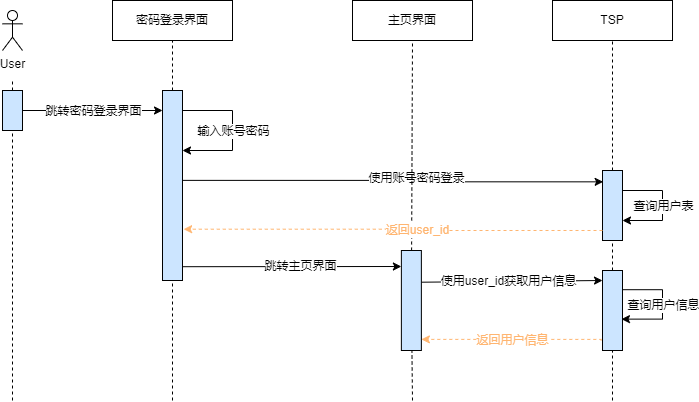
Before: x9hp/人脸登录时序图.png, a diagram exported from draw.io (notigit/Image). Source tidied: cells renumbered, new cells last; positions are measured from the earlier drawing's top-left corner, leaving out a move shared by most shapes.
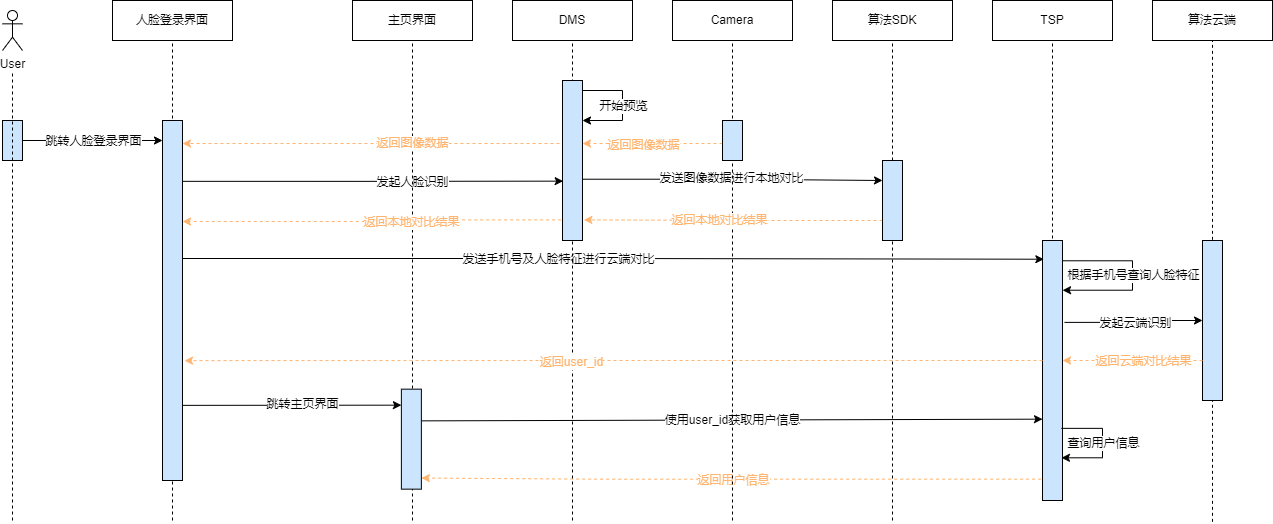
After the change.

Commit message:
更新人脸登录时序图.png

Change to the diagram source:
```diff
@@ -4,3 +4,3 @@
     <mxCell id="1" parent="0" />
-    <mxCell id="2" value="密码登录界面" style="rounded=0;whiteSpace=wrap;html=1;" parent="1" vertex="1">
+    <mxCell id="2" value="人脸登录界面" style="rounded=0;whiteSpace=wrap;html=1;" parent="1" vertex="1">
       <mxGeometry x="110" width="120" height="40" as="geometry" />
@@ -8,3 +8,3 @@
     <mxCell id="3" value="TSP" style="rounded=0;whiteSpace=wrap;html=1;" parent="1" vertex="1">
-      <mxGeometry x="550" width="120" height="40" as="geometry" />
+      <mxGeometry x="990" width="120" height="40" as="geometry" />
     </mxCell>
@@ -13,46 +13,54 @@
     </mxCell>
-    <mxCell id="5" style="endArrow=none;dashed=1;html=1;rounded=0;startArrow=none;" parent="1" edge="1" source="6">
-      <mxGeometry relative="1" as="geometry">
-        <mxPoint x="10" y="80" as="targetPoint" />
-      </mxGeometry>
-    </mxCell>
     <mxCell id="6" style="rounded=0;whiteSpace=wrap;html=1;fillColor=#CCE5FF;" parent="1" vertex="1">
-      <mxGeometry y="90" width="20" height="40" as="geometry" />
+      <mxGeometry y="120" width="20" height="40" as="geometry" />
     </mxCell>
-    <mxCell id="7" style="endArrow=none;dashed=1;html=1;rounded=0;" parent="1" edge="1" target="6">
+    <mxCell id="7" style="endArrow=none;dashed=1;html=1;rounded=0;" parent="1" edge="1">
       <mxGeometry relative="1" as="geometry">
-        <mxPoint x="10" y="400" as="sourcePoint" />
+        <mxPoint x="10" y="520" as="sourcePoint" />
+        <mxPoint x="10" y="70" as="targetPoint" />
       </mxGeometry>
     </mxCell>
-    <mxCell id="8" style="endArrow=none;dashed=1;html=1;rounded=0;startArrow=none;entryX=0.5;entryY=1;entryDx=0;entryDy=0;" parent="1" edge="1" source="11" target="2">
-      <mxGeometry relative="1" as="geometry" />
+    <mxCell id="8" style="endArrow=none;dashed=1;html=1;rounded=0;startArrow=none;entryX=0.5;entryY=1;entryDx=0;entryDy=0;" parent="1" edge="1" target="2">
+      <mxGeometry relative="1" as="geometry">
+        <mxPoint x="170" y="520" as="sourcePoint" />
+      </mxGeometry>
     </mxCell>
-    <mxCell id="9" style="edgeStyle=orthogonalEdgeStyle;rounded=0;jettySize=auto;html=1;exitX=1.01;exitY=0.473;exitDx=0;exitDy=0;fontSize=6;entryX=0.033;entryY=0.162;entryDx=0;entryDy=0;entryPerimeter=0;exitPerimeter=0;" parent="1" edge="1" source="11" target="14">
-      <mxGeometry relative="1" as="geometry" />
-    </mxCell>
-    <mxCell id="10" value="&lt;font style=&quot;font-size: 11px&quot;&gt;使用账号密码登录&lt;/font&gt;" style="edgeLabel;html=1;align=center;verticalAlign=middle;fontSize=6;" parent="9" vertex="1">
-      <mxGeometry x="-0.17" y="2" relative="1" as="geometry">
-        <mxPoint x="58" as="offset" />
-      </mxGeometry>
-    </mxCell>
+    <mxCell id="39" style="edgeStyle=orthogonalEdgeStyle;rounded=0;jettySize=auto;html=1;entryX=0.033;entryY=0.629;entryDx=0;entryDy=0;entryPerimeter=0;fontColor=#FFB570;strokeColor=#000000;exitX=1.033;exitY=0.169;exitDx=0;exitDy=0;exitPerimeter=0;" parent="1" edge="1" source="11" target="51">
+      <mxGeometry relative="1" as="geometry" />
+    </mxCell>
+    <mxCell id="40" value="发起人脸识别" style="edgeLabel;html=1;align=center;verticalAlign=middle;fontColor=#000000;" parent="39" vertex="1">
+      <mxGeometry x="-0.09" relative="1" as="geometry">
+        <mxPoint x="56" as="offset" />
+      </mxGeometry>
+    </mxCell>
+    <mxCell id="41" style="edgeStyle=orthogonalEdgeStyle;rounded=0;jettySize=auto;html=1;entryX=0.067;entryY=0.072;entryDx=0;entryDy=0;fontColor=#000000;strokeColor=#000000;entryPerimeter=0;" parent="1" edge="1" target="14">
+      <mxGeometry relative="1" as="geometry">
+        <mxPoint x="180" y="258" as="sourcePoint" />
+      </mxGeometry>
+    </mxCell>
+    <mxCell id="42" value="发送手机号及人脸特征进行云端对比" style="edgeLabel;html=1;align=center;verticalAlign=middle;fontColor=#000000;" parent="41" vertex="1">
+      <mxGeometry x="-0.13" relative="1" as="geometry" />
+    </mxCell>
     <mxCell id="11" style="rounded=0;whiteSpace=wrap;html=1;fillColor=#CCE5FF;" parent="1" vertex="1">
-      <mxGeometry x="160" y="90" width="20" height="190" as="geometry" />
+      <mxGeometry x="160" y="120" width="20" height="360" as="geometry" />
     </mxCell>
-    <mxCell id="12" style="endArrow=none;dashed=1;html=1;rounded=0;" parent="1" edge="1" target="11">
-      <mxGeometry relative="1" as="geometry">
-        <mxPoint x="170" y="400" as="sourcePoint" />
-      </mxGeometry>
-    </mxCell>
-    <mxCell id="13" style="endArrow=none;dashed=1;html=1;rounded=0;startArrow=none;entryX=0.5;entryY=1;entryDx=0;entryDy=0;" parent="1" edge="1" source="14" target="3">
-      <mxGeometry relative="1" as="geometry" />
+    <mxCell id="13" style="endArrow=none;dashed=1;html=1;rounded=0;startArrow=none;entryX=0.5;entryY=1;entryDx=0;entryDy=0;" parent="1" edge="1" target="3">
+      <mxGeometry relative="1" as="geometry">
+        <mxPoint x="1050" y="400" as="sourcePoint" />
+      </mxGeometry>
     </mxCell>
+    <mxCell id="43" style="edgeStyle=orthogonalEdgeStyle;rounded=0;jettySize=auto;html=1;exitX=1.1;exitY=0.315;exitDx=0;exitDy=0;entryX=0;entryY=0.5;entryDx=0;entryDy=0;fontColor=#000000;strokeColor=#000000;exitPerimeter=0;" parent="1" edge="1" source="14" target="69">
+      <mxGeometry relative="1" as="geometry" />
+    </mxCell>
+    <mxCell id="44" value="发起云端识别" style="edgeLabel;html=1;align=center;verticalAlign=middle;fontColor=#000000;" parent="43" vertex="1">
+      <mxGeometry x="-0.29" y="3" relative="1" as="geometry">
+        <mxPoint x="20" y="3" as="offset" />
+      </mxGeometry>
+    </mxCell>
     <mxCell id="14" style="rounded=0;whiteSpace=wrap;html=1;fillColor=#CCE5FF;" parent="1" vertex="1">
-      <mxGeometry x="600" y="170" width="20" height="70" as="geometry" />
+      <mxGeometry x="1040" y="240" width="20" height="260" as="geometry" />
     </mxCell>
-    <mxCell id="15" style="endArrow=none;dashed=1;html=1;rounded=0;startArrow=none;entryX=0.5;entryY=1;entryDx=0;entryDy=0;" parent="1" edge="1" source="35" target="14">
-      <mxGeometry relative="1" as="geometry" />
-    </mxCell>
     <mxCell id="16" style="endArrow=classic;html=1;rounded=0;exitX=1;exitY=0.5;exitDx=0;exitDy=0;" parent="1" edge="1" source="6">
       <mxGeometry relative="1" as="geometry">
-        <mxPoint x="160" y="110" as="targetPoint" />
+        <mxPoint x="160" y="140" as="targetPoint" />
       </mxGeometry>
@@ -64,3 +72,3 @@
     </mxCell>
-    <mxCell id="18" value="跳转密码登录界面" style="edgeLabel;html=1;align=center;verticalAlign=middle;fontSize=6;" parent="16" vertex="1">
+    <mxCell id="18" value="跳转人脸登录界面" style="edgeLabel;html=1;align=center;verticalAlign=middle;fontSize=6;" parent="16" vertex="1">
       <mxGeometry x="-0.15" relative="1" as="geometry">
@@ -69,32 +77,6 @@
     </mxCell>
-    <mxCell id="19" style="endArrow=classic;html=1;rounded=0;fontSize=6;edgeStyle=orthogonalEdgeStyle;" parent="1" edge="1">
-      <mxGeometry relative="1" as="geometry">
-        <mxPoint x="180" y="110" as="sourcePoint" />
-        <mxPoint x="180" y="150" as="targetPoint" />
-        <Array as="points">
-          <mxPoint x="230" y="110" />
-          <mxPoint x="230" y="150" />
-          <mxPoint x="180" y="150" />
-        </Array>
-      </mxGeometry>
-    </mxCell>
-    <mxCell id="20" value="输入账号密码" style="edgeLabel;html=1;align=center;verticalAlign=middle;fontSize=6;fillColor=#CCE5FF;" parent="19" vertex="1">
-      <mxGeometry relative="1" as="geometry" />
-    </mxCell>
-    <mxCell id="21" style="endArrow=classic;html=1;rounded=0;fontSize=11;edgeStyle=orthogonalEdgeStyle;" parent="1" edge="1">
-      <mxGeometry relative="1" as="geometry">
-        <mxPoint x="620" y="190" as="sourcePoint" />
-        <mxPoint x="620" y="220" as="targetPoint" />
-        <Array as="points">
-          <mxPoint x="660" y="190" />
-          <mxPoint x="660" y="220" />
-        </Array>
-      </mxGeometry>
-    </mxCell>
-    <mxCell id="22" value="查询用户表" style="edgeLabel;html=1;align=center;verticalAlign=middle;fontSize=11;fillColor=#CCE5FF;" parent="21" vertex="1">
-      <mxGeometry relative="1" as="geometry" />
-    </mxCell>
-    <mxCell id="23" style="endArrow=classic;html=1;rounded=0;fontSize=11;fontColor=#FFB570;strokeColor=#000000;fillColor=#FFF2CC;exitX=1;exitY=0.25;exitDx=0;exitDy=0;entryX=0;entryY=0.125;entryDx=0;entryDy=0;entryPerimeter=0;" parent="1" edge="1" target="35">
+    <mxCell id="23" style="endArrow=classic;html=1;rounded=0;fontSize=11;fontColor=#FFB570;strokeColor=#000000;fillColor=#FFF2CC;exitX=1;exitY=0.25;exitDx=0;exitDy=0;entryX=0;entryY=0.125;entryDx=0;entryDy=0;entryPerimeter=0;" parent="1" edge="1">
       <mxGeometry relative="1" as="geometry">
-        <mxPoint x="418.9" y="281.7" as="sourcePoint" />
+        <mxPoint x="418.9" y="420.4" as="sourcePoint" />
+        <mxPoint x="1040" y="418.7" as="targetPoint" />
       </mxGeometry>
@@ -102,5 +84,3 @@
     <mxCell id="24" value="使用user_id获取用户信息" style="edgeLabel;html=1;align=center;verticalAlign=middle;fontSize=11;fontColor=#000000;fillColor=#FFB570;" parent="23" vertex="1">
-      <mxGeometry relative="1" as="geometry">
-        <mxPoint x="-4" as="offset" />
-      </mxGeometry>
+      <mxGeometry relative="1" as="geometry" />
     </mxCell>
@@ -108,7 +88,7 @@
       <mxGeometry relative="1" as="geometry">
-        <mxPoint x="618.9" y="289.2" as="sourcePoint" />
-        <mxPoint x="619" y="318.6" as="targetPoint" />
+        <mxPoint x="1058.9" y="427.9" as="sourcePoint" />
+        <mxPoint x="1059" y="457.3" as="targetPoint" />
         <Array as="points">
-          <mxPoint x="660" y="289" />
-          <mxPoint x="660" y="319" />
+          <mxPoint x="1100" y="427.7" />
+          <mxPoint x="1100" y="457.7" />
         </Array>
@@ -119,7 +99,8 @@
     </mxCell>
-    <mxCell id="27" style="edgeStyle=orthogonalEdgeStyle;rounded=0;jettySize=auto;html=1;exitX=-0.067;exitY=0.875;exitDx=0;exitDy=0;fontSize=11;dashed=1;fillColor=#FFF2CC;strokeColor=#FFB570;exitPerimeter=0;" parent="1" edge="1" source="35">
+    <mxCell id="27" style="edgeStyle=orthogonalEdgeStyle;rounded=0;orthogonalLoop=1;jettySize=auto;html=1;exitX=-0.067;exitY=0.875;exitDx=0;exitDy=0;fontSize=11;dashed=1;fillColor=#FFF2CC;strokeColor=#FFB570;exitPerimeter=0;" parent="1" edge="1">
       <mxGeometry relative="1" as="geometry">
-        <mxPoint x="418.9" y="338.9" as="targetPoint" />
+        <mxPoint x="1038.7" y="478.7" as="sourcePoint" />
+        <mxPoint x="418.9" y="477.5" as="targetPoint" />
         <Array as="points">
-          <mxPoint x="599" y="339" />
+          <mxPoint x="599" y="477.7" />
         </Array>
@@ -129,3 +110,3 @@
       <mxGeometry x="-0.16" y="1" relative="1" as="geometry">
-        <mxPoint x="-14" as="offset" />
+        <mxPoint x="-48" as="offset" />
       </mxGeometry>
@@ -135,17 +116,14 @@
     </mxCell>
-    <mxCell id="30" style="endArrow=none;dashed=1;html=1;rounded=0;startArrow=none;entryX=0.5;entryY=1;entryDx=0;entryDy=0;" parent="1" edge="1" source="31" target="29">
-      <mxGeometry relative="1" as="geometry" />
+    <mxCell id="30" style="endArrow=none;dashed=1;html=1;rounded=0;startArrow=none;entryX=0.5;entryY=1;entryDx=0;entryDy=0;" parent="1" edge="1" target="29">
+      <mxGeometry relative="1" as="geometry">
+        <mxPoint x="410" y="520" as="sourcePoint" />
+      </mxGeometry>
     </mxCell>
     <mxCell id="31" style="rounded=0;whiteSpace=wrap;html=1;fillColor=#CCE5FF;" parent="1" vertex="1">
-      <mxGeometry x="398.9" y="250" width="20" height="100" as="geometry" />
+      <mxGeometry x="398.9" y="388.7" width="20" height="100" as="geometry" />
     </mxCell>
-    <mxCell id="32" style="endArrow=none;dashed=1;html=1;rounded=0;" parent="1" edge="1" target="31">
-      <mxGeometry relative="1" as="geometry">
-        <mxPoint x="410" y="400" as="sourcePoint" />
-      </mxGeometry>
-    </mxCell>
     <mxCell id="33" style="endArrow=classic;html=1;rounded=0;fontSize=11;fontColor=#000000;strokeColor=#000000;fillColor=#FFF2CC;exitX=1.056;exitY=0.554;exitDx=0;exitDy=0;exitPerimeter=0;" parent="1" edge="1">
       <mxGeometry relative="1" as="geometry">
-        <mxPoint x="180" y="266.2" as="sourcePoint" />
-        <mxPoint x="398.9" y="266" as="targetPoint" />
+        <mxPoint x="180" y="404.9" as="sourcePoint" />
+        <mxPoint x="398.9" y="404.7" as="targetPoint" />
       </mxGeometry>
@@ -157,16 +135,148 @@
     </mxCell>
-    <mxCell id="35" style="rounded=0;whiteSpace=wrap;html=1;fillColor=#CCE5FF;" parent="1" vertex="1">
-      <mxGeometry x="600" y="270" width="20" height="80" as="geometry" />
-    </mxCell>
-    <mxCell id="36" style="endArrow=none;dashed=1;html=1;rounded=0;" parent="1" edge="1" target="35">
-      <mxGeometry relative="1" as="geometry">
-        <mxPoint x="610" y="400" as="sourcePoint" />
-      </mxGeometry>
-    </mxCell>
-    <mxCell id="37" style="edgeStyle=orthogonalEdgeStyle;rounded=0;jettySize=auto;html=1;exitX=0;exitY=0.857;exitDx=0;exitDy=0;fontSize=11;dashed=1;fillColor=#FFF2CC;strokeColor=#FFB570;exitPerimeter=0;entryX=1.056;entryY=0.73;entryDx=0;entryDy=0;entryPerimeter=0;" parent="1" edge="1" source="14" target="11">
-      <mxGeometry relative="1" as="geometry" />
-    </mxCell>
+    <mxCell id="45" value="DMS" style="rounded=0;whiteSpace=wrap;html=1;" parent="1" vertex="1">
+      <mxGeometry x="510" width="120" height="40" as="geometry" />
+    </mxCell>
+    <mxCell id="46" style="endArrow=none;dashed=1;html=1;rounded=0;startArrow=none;entryX=0.5;entryY=1;entryDx=0;entryDy=0;" parent="1" edge="1" target="45">
+      <mxGeometry relative="1" as="geometry">
+        <mxPoint x="570" y="520" as="sourcePoint" />
+      </mxGeometry>
+    </mxCell>
+    <mxCell id="47" style="edgeStyle=orthogonalEdgeStyle;rounded=0;jettySize=auto;html=1;exitX=0;exitY=0.75;exitDx=0;exitDy=0;dashed=1;fontColor=#FFB570;strokeColor=#FFB570;" parent="1" edge="1" source="51">
+      <mxGeometry relative="1" as="geometry">
+        <mxPoint x="180" y="143" as="targetPoint" />
+        <Array as="points">
+          <mxPoint x="180" y="143" />
+        </Array>
+      </mxGeometry>
+    </mxCell>
+    <mxCell id="48" value="返回图像数据" style="edgeLabel;html=1;align=center;verticalAlign=middle;fontColor=#FFB570;" parent="47" vertex="1">
+      <mxGeometry x="-0.06" y="-1" relative="1" as="geometry">
+        <mxPoint x="-2" as="offset" />
+      </mxGeometry>
+    </mxCell>
+    <mxCell id="49" style="edgeStyle=orthogonalEdgeStyle;rounded=0;jettySize=auto;html=1;exitX=0.967;exitY=0.617;exitDx=0;exitDy=0;fontColor=#FFB570;strokeColor=#000000;entryX=0;entryY=0.25;entryDx=0;entryDy=0;exitPerimeter=0;" parent="1" edge="1" source="51" target="65">
+      <mxGeometry relative="1" as="geometry" />
+    </mxCell>
+    <mxCell id="50" value="发送图像数据进行本地对比" style="edgeLabel;html=1;align=center;verticalAlign=middle;fontColor=#000000;" parent="49" vertex="1">
+      <mxGeometry x="-0.14" y="1" relative="1" as="geometry">
+        <mxPoint x="19" as="offset" />
+      </mxGeometry>
+    </mxCell>
+    <mxCell id="51" style="rounded=0;whiteSpace=wrap;html=1;fillColor=#CCE5FF;" parent="1" vertex="1">
+      <mxGeometry x="560" y="80" width="20" height="160" as="geometry" />
+    </mxCell>
+    <mxCell id="52" value="Camera" style="rounded=0;whiteSpace=wrap;html=1;" parent="1" vertex="1">
+      <mxGeometry x="670" width="120" height="40" as="geometry" />
+    </mxCell>
+    <mxCell id="53" style="endArrow=none;dashed=1;html=1;rounded=0;startArrow=none;entryX=0.5;entryY=1;entryDx=0;entryDy=0;" parent="1" edge="1" target="52">
+      <mxGeometry relative="1" as="geometry">
+        <mxPoint x="730" y="520" as="sourcePoint" />
+      </mxGeometry>
+    </mxCell>
+    <mxCell id="54" style="edgeStyle=orthogonalEdgeStyle;rounded=0;orthogonalLoop=1;jettySize=auto;html=1;dashed=1;strokeColor=#FFB570;" parent="1" edge="1">
+      <mxGeometry relative="1" as="geometry">
+        <mxPoint x="720" y="143" as="sourcePoint" />
+        <mxPoint x="580" y="143" as="targetPoint" />
+        <Array as="points">
+          <mxPoint x="640" y="143" />
+          <mxPoint x="640" y="143" />
+        </Array>
+      </mxGeometry>
+    </mxCell>
+    <mxCell id="55" value="返回图像数据" style="edgeLabel;html=1;align=center;verticalAlign=middle;fontColor=#FFB570;" parent="54" vertex="1">
+      <mxGeometry x="0.14" y="1" relative="1" as="geometry" />
+    </mxCell>
+    <mxCell id="56" style="rounded=0;whiteSpace=wrap;html=1;fillColor=#CCE5FF;" parent="1" vertex="1">
+      <mxGeometry x="720" y="120" width="20" height="40" as="geometry" />
+    </mxCell>
+    <mxCell id="57" style="endArrow=classic;html=1;rounded=0;fontSize=11;edgeStyle=orthogonalEdgeStyle;" parent="1" edge="1">
+      <mxGeometry relative="1" as="geometry">
+        <mxPoint x="580" y="90" as="sourcePoint" />
+        <mxPoint x="580" y="120" as="targetPoint" />
+        <Array as="points">
+          <mxPoint x="620" y="90" />
+          <mxPoint x="620" y="120" />
+        </Array>
+      </mxGeometry>
+    </mxCell>
+    <mxCell id="58" value="开始预览" style="edgeLabel;html=1;align=center;verticalAlign=middle;fontSize=11;fillColor=#CCE5FF;" parent="57" vertex="1">
+      <mxGeometry relative="1" as="geometry" />
+    </mxCell>
+    <mxCell id="59" value="算法SDK" style="rounded=0;whiteSpace=wrap;html=1;" parent="1" vertex="1">
+      <mxGeometry x="830" width="120" height="40" as="geometry" />
+    </mxCell>
+    <mxCell id="60" style="endArrow=none;dashed=1;html=1;rounded=0;startArrow=none;entryX=0.5;entryY=1;entryDx=0;entryDy=0;" parent="1" edge="1" source="65" target="59">
+      <mxGeometry relative="1" as="geometry" />
+    </mxCell>
+    <mxCell id="61" value="算法云端" style="rounded=0;whiteSpace=wrap;html=1;" parent="1" vertex="1">
+      <mxGeometry x="1150" width="120" height="40" as="geometry" />
+    </mxCell>
+    <mxCell id="62" style="endArrow=none;dashed=1;html=1;rounded=0;startArrow=none;entryX=0.5;entryY=1;entryDx=0;entryDy=0;" parent="1" edge="1" target="61">
+      <mxGeometry relative="1" as="geometry">
+        <mxPoint x="1210" y="521.3" as="sourcePoint" />
+      </mxGeometry>
+    </mxCell>
+    <mxCell id="63" style="edgeStyle=orthogonalEdgeStyle;rounded=0;jettySize=auto;html=1;exitX=0;exitY=0.75;exitDx=0;exitDy=0;entryX=1.067;entryY=0.871;entryDx=0;entryDy=0;entryPerimeter=0;fontColor=#000000;strokeColor=#FFB570;dashed=1;" parent="1" edge="1" source="65" target="51">
+      <mxGeometry relative="1" as="geometry" />
+    </mxCell>
+    <mxCell id="64" value="返回本地对比结果" style="edgeLabel;html=1;align=center;verticalAlign=middle;fontColor=#FFB570;" parent="63" vertex="1">
+      <mxGeometry x="0.1" relative="1" as="geometry" />
+    </mxCell>
+    <mxCell id="65" style="rounded=0;whiteSpace=wrap;html=1;fillColor=#CCE5FF;" parent="1" vertex="1">
+      <mxGeometry x="880" y="160" width="20" height="80" as="geometry" />
+    </mxCell>
+    <mxCell id="66" style="endArrow=none;dashed=1;html=1;rounded=0;startArrow=none;entryX=0.5;entryY=1;entryDx=0;entryDy=0;" parent="1" edge="1" target="65">
+      <mxGeometry relative="1" as="geometry">
+        <mxPoint x="890" y="520" as="sourcePoint" />
+      </mxGeometry>
+    </mxCell>
+    <mxCell id="67" style="edgeStyle=orthogonalEdgeStyle;rounded=0;jettySize=auto;html=1;exitX=-0.067;exitY=0.871;exitDx=0;exitDy=0;fontColor=#000000;strokeColor=#FFB570;dashed=1;exitPerimeter=0;" parent="1" edge="1" source="51">
+      <mxGeometry relative="1" as="geometry">
+        <mxPoint x="180" y="221" as="targetPoint" />
+      </mxGeometry>
+    </mxCell>
+    <mxCell id="68" value="返回本地对比结果" style="edgeLabel;html=1;align=center;verticalAlign=middle;fontColor=#FFB570;" parent="67" vertex="1">
+      <mxGeometry x="0.1" relative="1" as="geometry">
+        <mxPoint x="57" as="offset" />
+      </mxGeometry>
+    </mxCell>
+    <mxCell id="69" style="rounded=0;whiteSpace=wrap;html=1;fillColor=#CCE5FF;" parent="1" vertex="1">
+      <mxGeometry x="1200" y="240" width="20" height="160" as="geometry" />
+    </mxCell>
+    <mxCell id="70" style="endArrow=none;dashed=1;html=1;rounded=0;startArrow=none;entryX=0.5;entryY=1;entryDx=0;entryDy=0;" parent="1" edge="1" target="69">
+      <mxGeometry relative="1" as="geometry">
+        <mxPoint x="1210" y="400" as="sourcePoint" />
+      </mxGeometry>
+    </mxCell>
+    <mxCell id="71" style="endArrow=classic;html=1;rounded=0;fontSize=11;fontColor=#000000;strokeColor=#000000;fillColor=#FFF2CC;edgeStyle=orthogonalEdgeStyle;entryX=1.004;entryY=0.618;entryDx=0;entryDy=0;exitX=1;exitY=0.25;exitDx=0;exitDy=0;entryPerimeter=0;" parent="1" edge="1">
+      <mxGeometry relative="1" as="geometry">
+        <mxPoint x="1060" y="260.3" as="sourcePoint" />
+        <mxPoint x="1060.1" y="289.7" as="targetPoint" />
+        <Array as="points">
+          <mxPoint x="1130" y="260" />
+          <mxPoint x="1130" y="290" />
+        </Array>
+      </mxGeometry>
+    </mxCell>
+    <mxCell id="72" value="根据手机号查询人脸特征" style="edgeLabel;html=1;align=center;verticalAlign=middle;fontSize=11;fontColor=#000000;fillColor=#FFB570;" parent="71" vertex="1">
+      <mxGeometry relative="1" as="geometry" />
+    </mxCell>
+    <mxCell id="73" style="edgeStyle=orthogonalEdgeStyle;rounded=0;jettySize=auto;html=1;exitX=0;exitY=0.75;exitDx=0;exitDy=0;fontColor=#000000;strokeColor=#FFB570;dashed=1;" parent="1" edge="1" source="69">
+      <mxGeometry relative="1" as="geometry">
+        <mxPoint x="1060" y="360" as="targetPoint" />
+      </mxGeometry>
+    </mxCell>
+    <mxCell id="74" value="返回云端对比结果" style="edgeLabel;html=1;align=center;verticalAlign=middle;fontColor=#FFB570;" parent="73" vertex="1">
+      <mxGeometry x="0.1" relative="1" as="geometry">
+        <mxPoint x="17" as="offset" />
+      </mxGeometry>
+    </mxCell>
+    <mxCell id="75" style="edgeStyle=orthogonalEdgeStyle;rounded=0;jettySize=auto;html=1;fontSize=11;dashed=1;fillColor=#FFF2CC;strokeColor=#FFB570;entryX=1.1;entryY=0.667;entryDx=0;entryDy=0;entryPerimeter=0;" parent="1" edge="1" target="11">
+      <mxGeometry relative="1" as="geometry">
+        <mxPoint x="1040" y="360" as="sourcePoint" />
+      </mxGeometry>
+    </mxCell>
-    <mxCell id="38" value="返回user_id" style="edgeLabel;html=1;align=center;verticalAlign=middle;fontSize=11;fillColor=#FFB570;fontColor=#FFB570;" parent="37" vertex="1">
+    <mxCell id="38" value="返回user_id" style="edgeLabel;html=1;align=center;verticalAlign=middle;fontSize=11;fillColor=#FFB570;fontColor=#FFB570;" parent="75" vertex="1">
       <mxGeometry x="-0.16" y="1" relative="1" as="geometry">
-        <mxPoint x="-9" y="-1" as="offset" />
+        <mxPoint x="-110" as="offset" />
       </mxGeometry>
```
